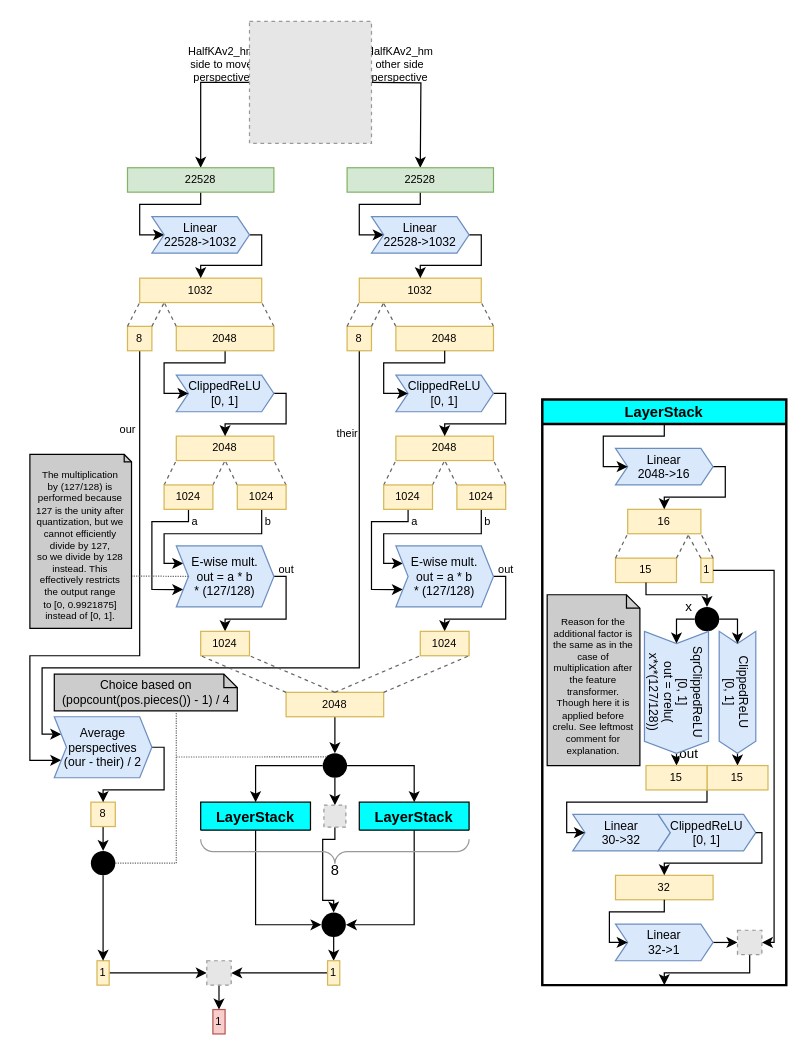
This is docs/img/SFNNv7_architecture.drawio from official-stockfish/nnue-pytorch, a draw.io file, before an edit. Source tidied: cells renumbered, new cells numbered last; positions are measured from the earlier drawing's top-left corner, leaving out a move shared by most shapes. Both pictures are drawn from the tidied source at 122%, with x=0, y=0 at pixel (29, 21). Pictures stored in the file or linked from it are replaced by grey dashed boxes.
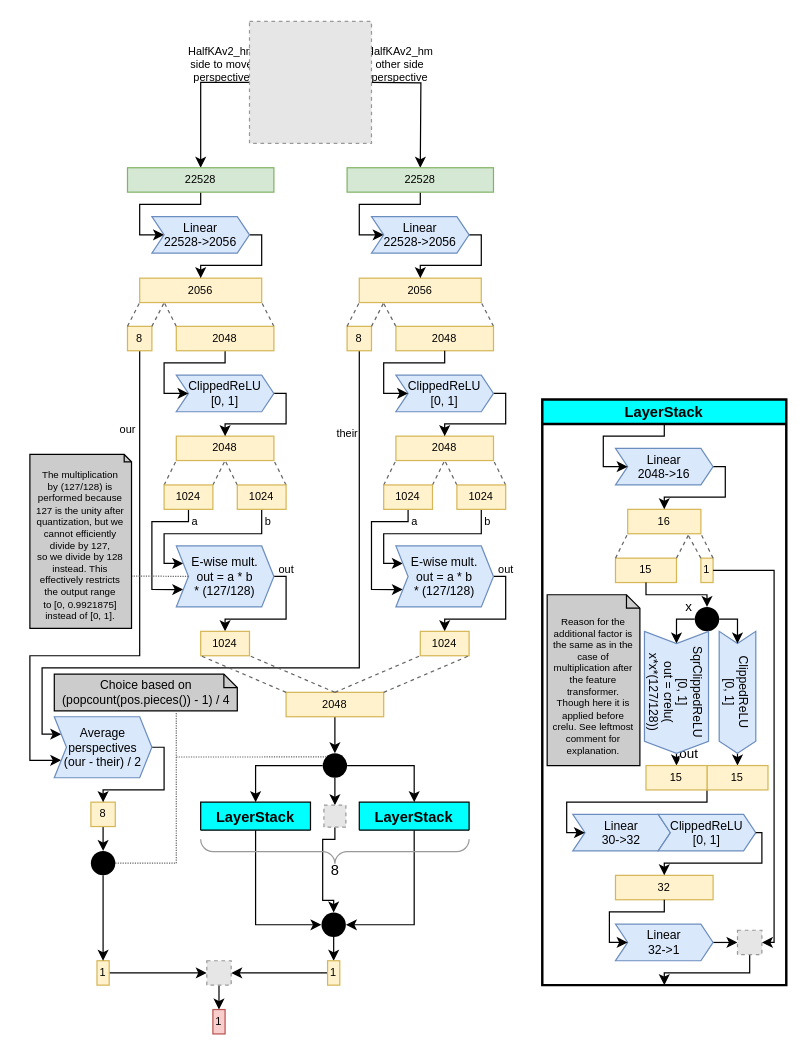
Above is the later version.

Commit message (it also covers changes not shown here):
fix wrong L1 size in SFNNv6-8 diagrams (#283)

Change to the diagram source:
```diff
@@
-    <mxCell id="9" value="&lt;div&gt;1032&lt;/div&gt;" style="rounded=0;whiteSpace=wrap;html=1;shadow=0;glass=0;sketch=0;fontSize=9;align=center;fillColor=#fff2cc;strokeColor=#d6b656;" parent="1" vertex="1">
+    <mxCell id="9" value="&lt;div&gt;2056&lt;/div&gt;" style="rounded=0;whiteSpace=wrap;html=1;shadow=0;glass=0;sketch=0;fontSize=9;align=center;fillColor=#fff2cc;strokeColor=#d6b656;" parent="1" vertex="1">
       <mxGeometry x="90" y="210.5" width="100" height="20" as="geometry" />
     </mxCell>
@@
-    <mxCell id="12" value="1032" style="rounded=0;whiteSpace=wrap;html=1;shadow=0;glass=0;sketch=0;fontSize=9;align=center;fillColor=#fff2cc;strokeColor=#d6b656;" parent="1" vertex="1">
+    <mxCell id="12" value="2056" style="rounded=0;whiteSpace=wrap;html=1;shadow=0;glass=0;sketch=0;fontSize=9;align=center;fillColor=#fff2cc;strokeColor=#d6b656;" parent="1" vertex="1">
       <mxGeometry x="270" y="210.5" width="100" height="20" as="geometry" />
     </mxCell>
@@
-    <mxCell id="16" value="&lt;div style=&quot;font-size: 10px&quot;&gt;Linear&lt;/div&gt;&lt;div style=&quot;font-size: 10px&quot;&gt;22528-&amp;gt;1032&lt;/div&gt;" style="shape=step;perimeter=stepPerimeter;whiteSpace=wrap;html=1;fixedSize=1;rounded=0;shadow=0;glass=0;sketch=0;fontSize=10;align=center;size=10;fillColor=#dae8fc;strokeColor=#6c8ebf;" parent="1" vertex="1">
+    <mxCell id="16" value="&lt;div style=&quot;font-size: 10px&quot;&gt;Linear&lt;/div&gt;&lt;div style=&quot;font-size: 10px&quot;&gt;22528-&amp;gt;2056&lt;/div&gt;" style="shape=step;perimeter=stepPerimeter;whiteSpace=wrap;html=1;fixedSize=1;rounded=0;shadow=0;glass=0;sketch=0;fontSize=10;align=center;size=10;fillColor=#dae8fc;strokeColor=#6c8ebf;" parent="1" vertex="1">
       <mxGeometry x="100" y="160" width="80" height="30" as="geometry" />
     </mxCell>
-    <mxCell id="17" value="&lt;div style=&quot;font-size: 10px&quot;&gt;Linear&lt;/div&gt;&lt;div style=&quot;font-size: 10px&quot;&gt;22528-&amp;gt;1032&lt;/div&gt;" style="shape=step;perimeter=stepPerimeter;whiteSpace=wrap;html=1;fixedSize=1;rounded=0;shadow=0;glass=0;sketch=0;fontSize=10;align=center;size=10;fillColor=#dae8fc;strokeColor=#6c8ebf;" parent="1" vertex="1">
+    <mxCell id="17" value="&lt;div style=&quot;font-size: 10px&quot;&gt;Linear&lt;/div&gt;&lt;div style=&quot;font-size: 10px&quot;&gt;22528-&amp;gt;2056&lt;/div&gt;" style="shape=step;perimeter=stepPerimeter;whiteSpace=wrap;html=1;fixedSize=1;rounded=0;shadow=0;glass=0;sketch=0;fontSize=10;align=center;size=10;fillColor=#dae8fc;strokeColor=#6c8ebf;" parent="1" vertex="1">
       <mxGeometry x="280" y="160" width="80" height="30" as="geometry" />
     </mxCell>
```
